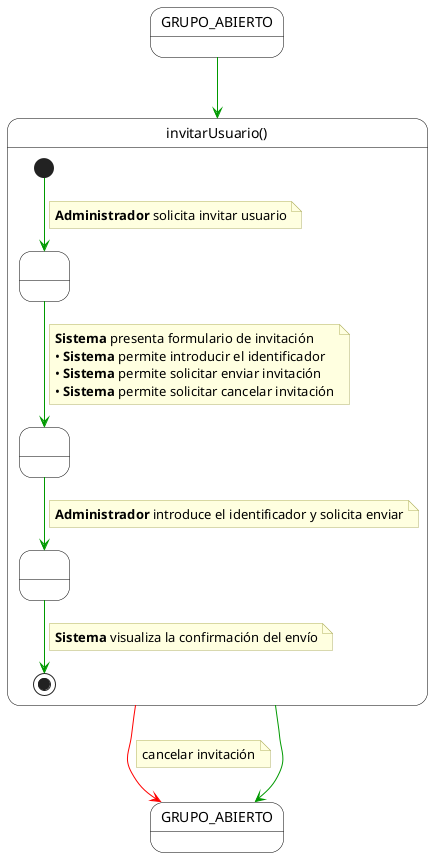
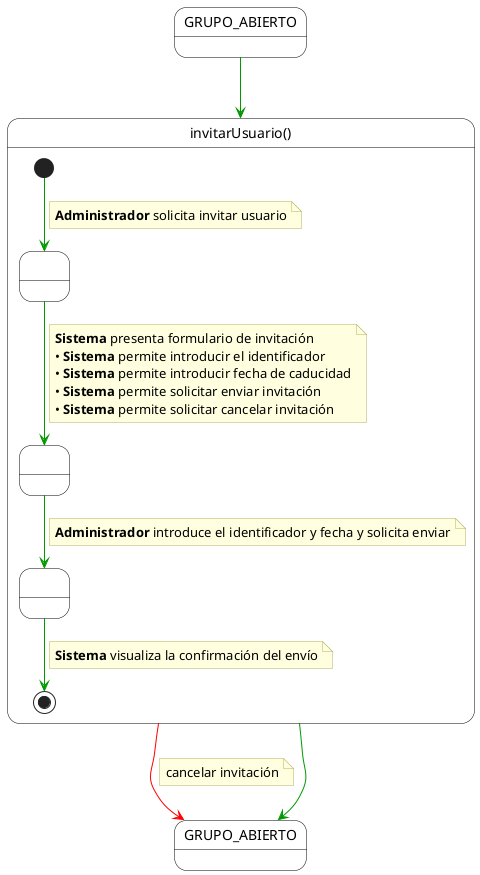
@startuml invitarUsuario
skinparam monochrome false
skinparam shadow false
top to bottom direction

skinparam state {
    BackgroundColor White
    BorderColor Black
    ArrowColor #009900
    StartColor Black
    EndColor Black
}

skinparam note {
    BackgroundColor #FFFFE0
    BorderColor #B0B060
    FontName Arial
}

state "GRUPO_ABIERTO" as Inicio

state "invitarUsuario()" as MainBlock {

    state " " as Paso1
    state " " as Paso2
    state " " as Paso3

    [*] --> Paso1
    note on link
        **Administrador** solicita invitar usuario
    end note

    Paso1 --> Paso2
    note on link
        **Sistema** presenta formulario de invitación
        • **Sistema** permite introducir el identificador
+         • **Sistema** permite introducir fecha de caducidad
        • **Sistema** permite solicitar enviar invitación
        • **Sistema** permite solicitar cancelar invitación
    end note

    Paso2 --> Paso3
    note on link
-         **Administrador** introduce el identificador y solicita enviar
+         **Administrador** introduce el identificador y fecha y solicita enviar
    end note

    Paso3 --> [*]
    note on link
        **Sistema** visualiza la confirmación del envío
    end note
}

state "GRUPO_ABIERTO" as Fin

Inicio --> MainBlock

MainBlock --> Fin

MainBlock -[#red]right-> Fin
note on link
    cancelar invitación
end note

@enduml